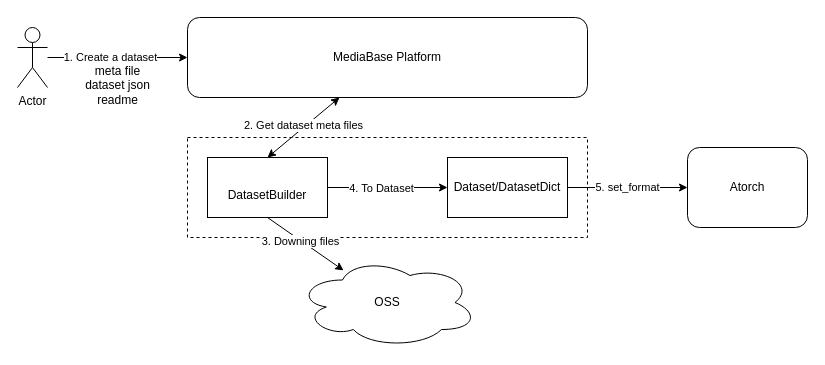
Above: page "work_flow" (1 of 3) of graphs/datasets_v0.1.drawio in zhongchun/daily (draw.io), before the change. Source tidied: cells renumbered, new cells numbered last; positions are measured from the earlier drawing's top-left corner, leaving out a move shared by most shapes. Both pictures are drawn from the tidied source at 100%, with x=0, y=0 at pixel (17, 17).
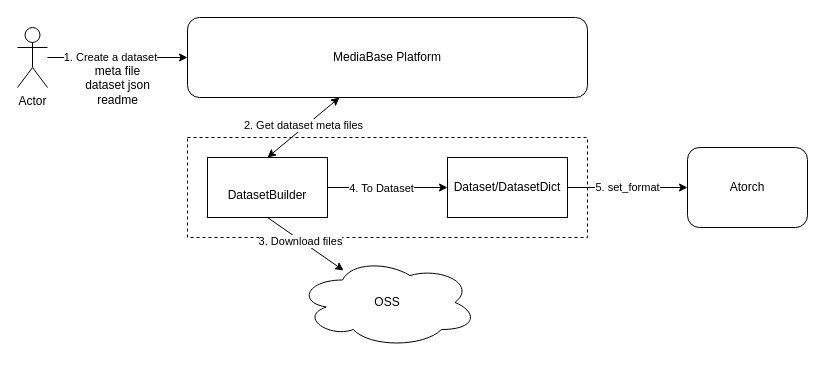
The same diagram, later.

The change refers to these unchanged cells:
```xml
<mxCell id="10" style="rounded=0;jettySize=auto;html=1;exitX=0.5;exitY=1;exitDx=0;exitDy=0;entryX=0.256;entryY=0.144;entryDx=0;entryDy=0;entryPerimeter=0;" parent="1" edge="1" source="14" target="15">
  <mxGeometry relative="1" as="geometry" />
</mxCell>
```

The edit, as a diff of the source:
```diff
@@
-    <mxCell id="11" value="3. Downing files" style="edgeLabel;html=1;align=center;verticalAlign=middle;" parent="10" vertex="1">
+    <mxCell id="11" value="3. Download files" style="edgeLabel;html=1;align=center;verticalAlign=middle;" parent="10" vertex="1">
       <mxGeometry x="-0.15" y="-1" relative="1" as="geometry">
         <mxPoint x="1" as="offset" />
       </mxGeometry>
     </mxCell>
```
